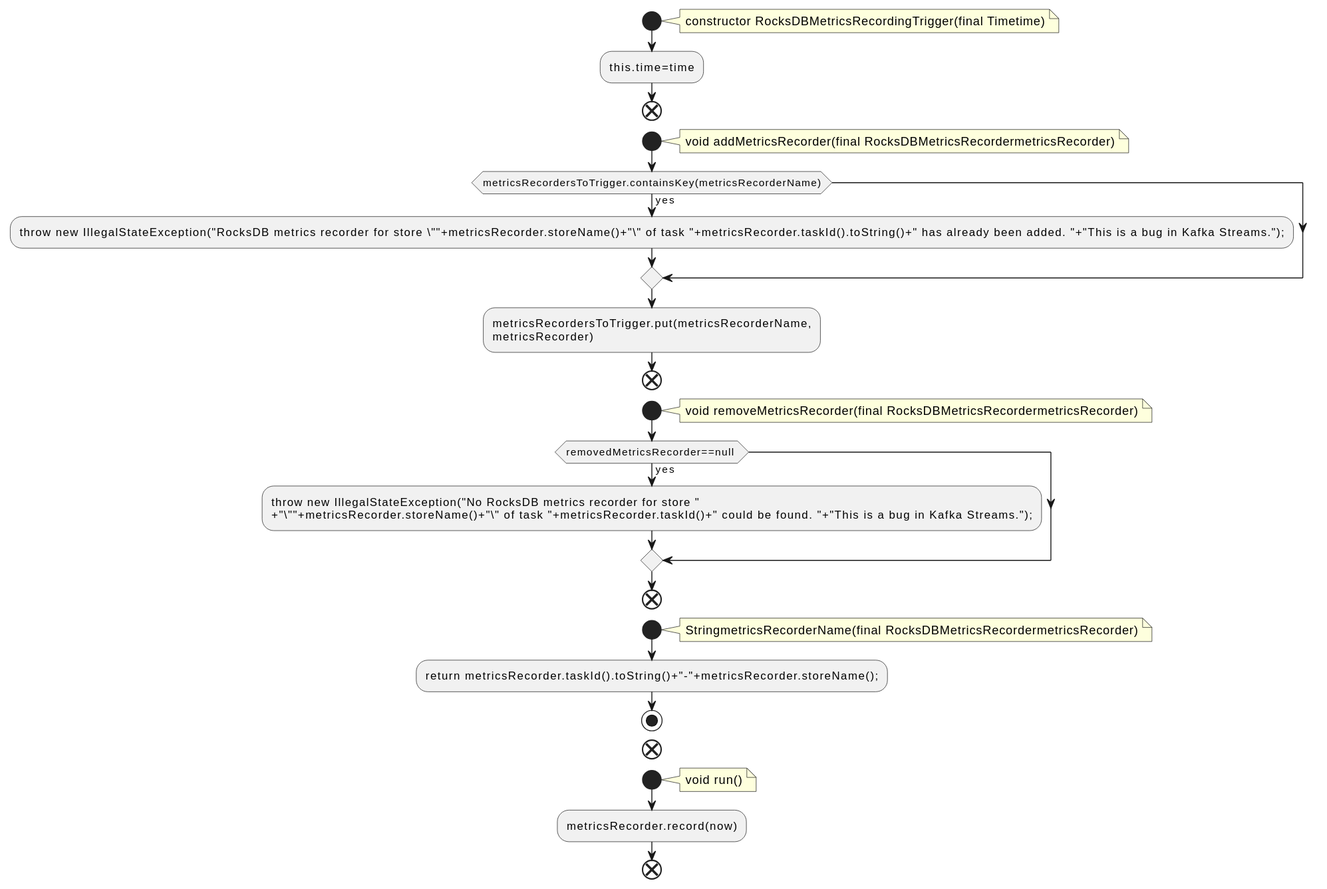
The PlantUML diagram docs/qc/streams/src/main/java/org/apache/kafka/streams/state/internals/metrics/RocksDBMetricsRecordingTrigger.java.fct.svg in qualitesys/kafka, before a commit.
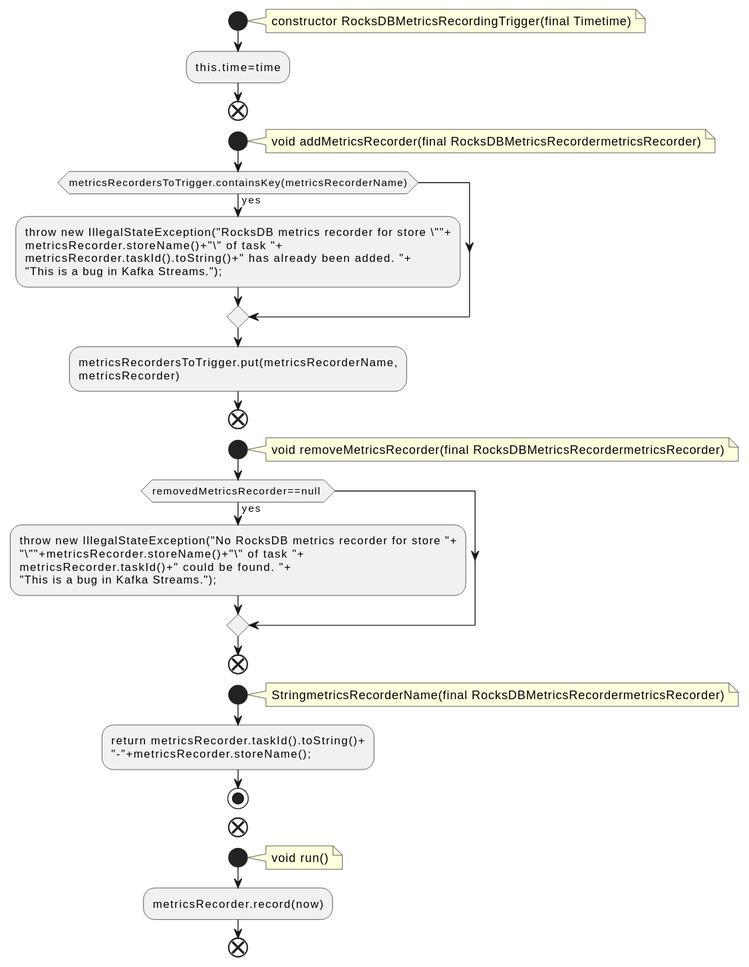
After the commit.

What changed in the source:
```diff
@@ -11,7 +11,10 @@
 void addMetricsRecorder(final RocksDBMetricsRecordermetricsRecorder)
 end note
 if (metricsRecordersToTrigger.containsKey(metricsRecorderName)) then (yes)
-:throw new IllegalStateException("RocksDB metrics recorder for store \""+metricsRecorder.storeName()+"\" of task "+metricsRecorder.taskId().toString()+" has already been added. "+"This is a bug in Kafka Streams.");;
+:throw new IllegalStateException("RocksDB metrics recorder for store \""+
+metricsRecorder.storeName()+"\" of task "+
+metricsRecorder.taskId().toString()+" has already been added. "+
+"This is a bug in Kafka Streams.");;
 endif
 :metricsRecordersToTrigger.put(metricsRecorderName,
 metricsRecorder);
@@ -21,15 +24,18 @@
 void removeMetricsRecorder(final RocksDBMetricsRecordermetricsRecorder)
 end note
 if (removedMetricsRecorder==null ) then (yes)
-:throw new IllegalStateException("No RocksDB metrics recorder for store "
-+"\""+metricsRecorder.storeName()+"\" of task "+metricsRecorder.taskId()+" could be found. "+"This is a bug in Kafka Streams.");;
+:throw new IllegalStateException("No RocksDB metrics recorder for store "+
+"\""+metricsRecorder.storeName()+"\" of task "+
+metricsRecorder.taskId()+" could be found. "+
+"This is a bug in Kafka Streams.");;
 endif
 end
 start
 note right
 StringmetricsRecorderName(final RocksDBMetricsRecordermetricsRecorder)
 end note
-:return metricsRecorder.taskId().toString()+"-"+metricsRecorder.storeName();;
+:return metricsRecorder.taskId().toString()+
+"-"+metricsRecorder.storeName();;
 stop
 end
 start
```
